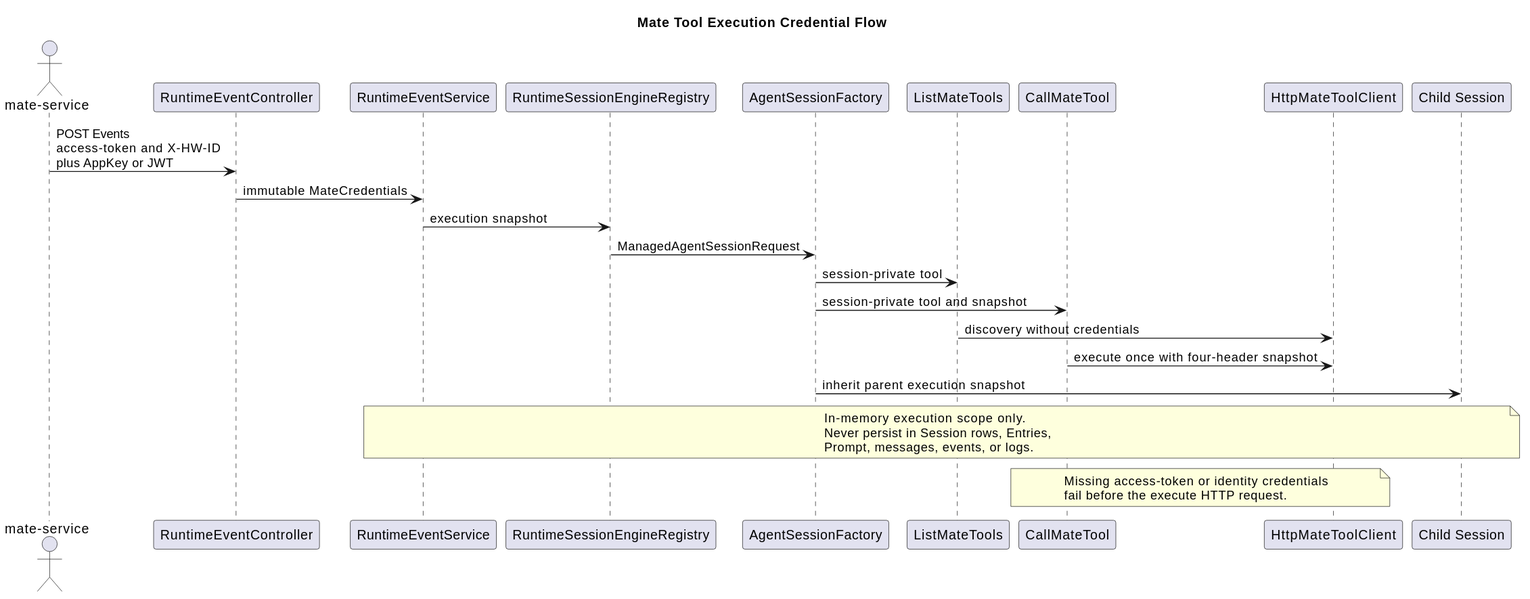
Above: docs/designs/tool-system-v2/mate_credential_flow.svg in 2862282695gjh-afk/pi-mono-java (PlantUML), before the change.
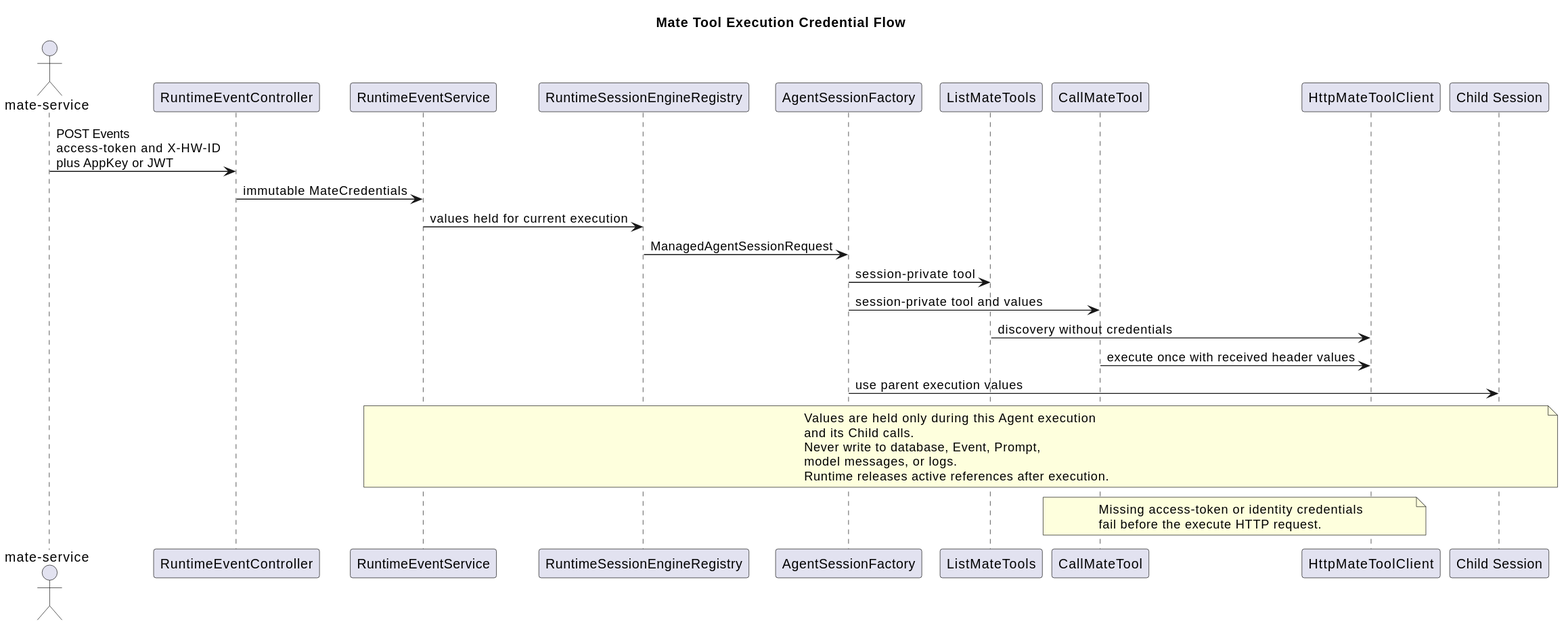
The same file after the commit.

Change to the diagram source:
```diff
@@ -14,17 +14,19 @@
 
 Caller -> Controller : POST Events\naccess-token and X-HW-ID\nplus AppKey or JWT
 Controller -> Service : immutable MateCredentials
-Service -> Registry : execution snapshot
+Service -> Registry : values held for current execution
 Registry -> Factory : ManagedAgentSessionRequest
 Factory -> List : session-private tool
-Factory -> Call : session-private tool and snapshot
+Factory -> Call : session-private tool and values
 List -> Client : discovery without credentials
-Call -> Client : execute once with four-header snapshot
-Factory -> Child : inherit parent execution snapshot
+Call -> Client : execute once with received header values
+Factory -> Child : use parent execution values
 note over Service,Child
-  In-memory execution scope only.
-  Never persist in Session rows, Entries,
-  Prompt, messages, events, or logs.
+  Values are held only during this Agent execution
+  and its Child calls.
+  Never write to database, Event, Prompt,
+  model messages, or logs.
+  Runtime releases active references after execution.
 end note
 note over Call,Client
   Missing access-token or identity credentials
```
